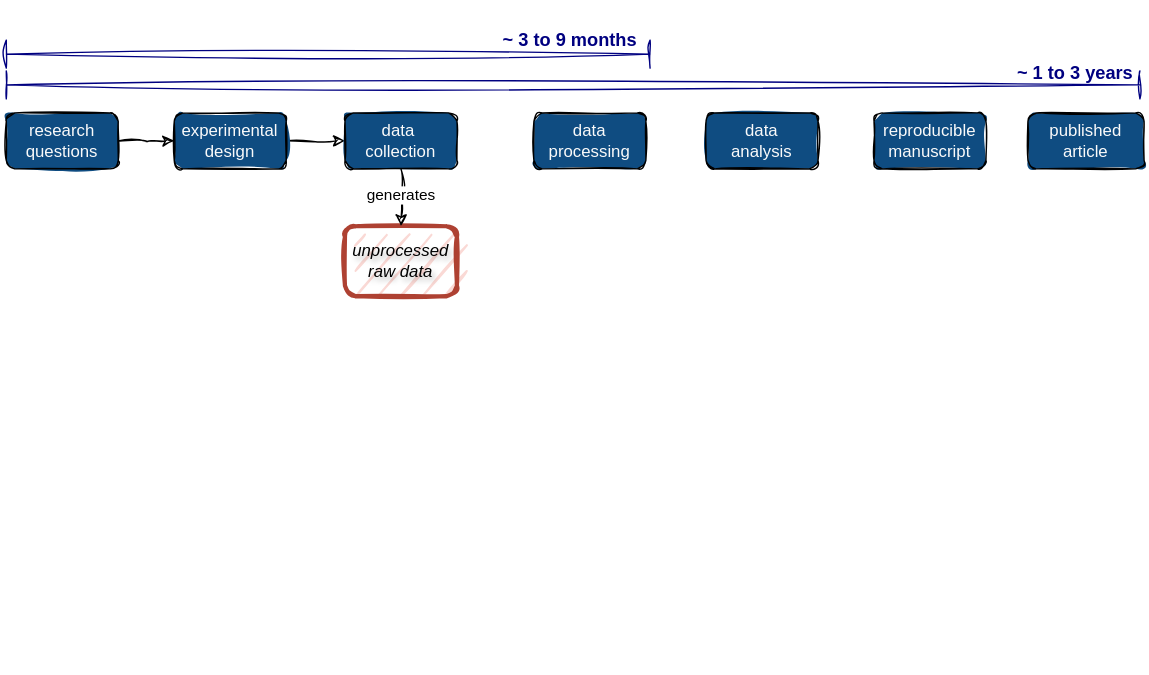
This is slides/img/eth-kolloquium/ghe-rdm-workflow-03.drawio.svg from Global-Health-Engineering/website, a draw.io export, as it was before one commit. Source tidied: cells renumbered, new cells last; positions are measured from the earlier drawing's top-left corner, leaving out a move shared by most shapes.
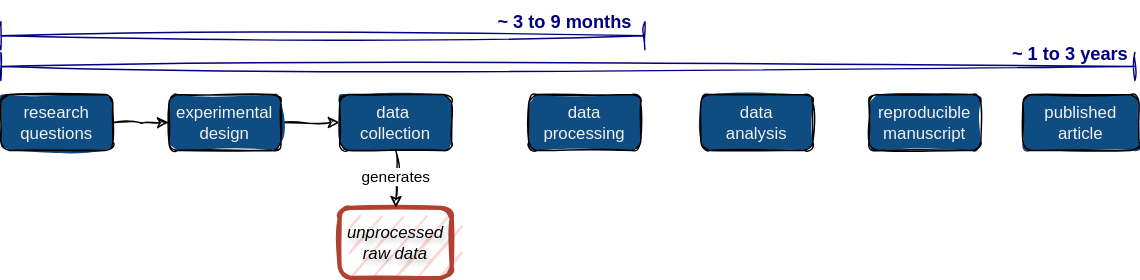
Above is the later version.

Diff of the diagram source:
```diff
@@ -39,28 +39,25 @@
       <mxGeometry x="347" y="13" width="120" height="30" as="geometry" />
     </mxCell>
     <mxCell id="12" value="Step 1 - Publication workflow" parent="0" />
-    <mxCell id="13" style="rounded=0;whiteSpace=wrap;html=1;fillColor=none;strokeColor=#FFFFFF;" parent="12" vertex="1">
-      <mxGeometry width="820" height="480" as="geometry" />
-    </mxCell>
-    <mxCell id="14" value="&lt;span&gt;&lt;span&gt;research questions&lt;/span&gt;&lt;/span&gt;" style="rounded=1;html=1;strokeWidth=1;fontSize=12;fontFamily=Helvetica;fillColor=#0F4C81;sketch=1;labelBackgroundColor=none;fontColor=#FAFAFA;strokeColor=default;fontStyle=0;fillStyle=solid;labelBorderColor=none;spacing=9;align=center;textShadow=0;whiteSpace=wrap;" parent="12" vertex="1">
+    <mxCell id="14" value="&lt;span&gt;&lt;span&gt;research questions&lt;/span&gt;&lt;/span&gt;" style="rounded=1;whiteSpace=wrap;html=1;strokeWidth=1;fontSize=12;fontFamily=Helvetica;fillColor=#0F4C81;sketch=1;labelBackgroundColor=none;fontColor=#F2F2F2;strokeColor=default;fontStyle=0;fillStyle=solid;" parent="12" vertex="1">
       <mxGeometry x="4" y="80" width="80" height="40" as="geometry" />
     </mxCell>
-    <mxCell id="15" value="&lt;div&gt;&lt;span&gt;&lt;span&gt;experimental&lt;/span&gt;&lt;/span&gt;&lt;/div&gt;&lt;div&gt;&lt;span&gt;&lt;span&gt;design&lt;br&gt;&lt;/span&gt;&lt;/span&gt;&lt;/div&gt;" style="rounded=1;html=1;strokeWidth=1;fontSize=12;fontFamily=Helvetica;fillColor=#0F4C81;sketch=1;labelBackgroundColor=none;fontColor=#FAFAFA;strokeColor=default;fontStyle=0;fillStyle=solid;labelBorderColor=none;spacing=9;align=center;textShadow=0;whiteSpace=wrap;" parent="12" vertex="1">
+    <mxCell id="15" value="&lt;div&gt;&lt;span&gt;&lt;span&gt;experimental&lt;/span&gt;&lt;/span&gt;&lt;/div&gt;&lt;div&gt;&lt;span&gt;&lt;span&gt;design&lt;br&gt;&lt;/span&gt;&lt;/span&gt;&lt;/div&gt;" style="rounded=1;whiteSpace=wrap;html=1;strokeWidth=1;fontSize=12;fontFamily=Helvetica;fillColor=#0F4C81;sketch=1;labelBackgroundColor=none;fontColor=#F2F2F2;strokeColor=default;fontStyle=0;fillStyle=solid;" parent="12" vertex="1">
       <mxGeometry x="124" y="80" width="80" height="40" as="geometry" />
     </mxCell>
-    <mxCell id="16" value="&lt;div&gt;&lt;span&gt;&lt;span&gt;data&lt;br&gt;&lt;/span&gt;&lt;/span&gt;&lt;/div&gt;&lt;div&gt;&lt;span&gt;&lt;span&gt;analysis&lt;/span&gt;&lt;/span&gt;&lt;/div&gt;" style="rounded=1;html=1;strokeWidth=1;fontSize=12;fontFamily=Helvetica;fillColor=#0F4C81;sketch=1;labelBackgroundColor=none;fontColor=#FAFAFA;strokeColor=default;fontStyle=0;fillStyle=solid;labelBorderColor=none;spacing=9;align=center;textShadow=0;whiteSpace=wrap;" parent="12" vertex="1">
+    <mxCell id="16" value="&lt;div&gt;&lt;span&gt;&lt;span&gt;data&lt;br&gt;&lt;/span&gt;&lt;/span&gt;&lt;/div&gt;&lt;div&gt;&lt;span&gt;&lt;span&gt;analysis&lt;/span&gt;&lt;/span&gt;&lt;/div&gt;" style="rounded=1;whiteSpace=wrap;html=1;strokeWidth=1;fontSize=12;fontFamily=Helvetica;fillColor=#0F4C81;sketch=1;labelBackgroundColor=none;fontColor=#F2F2F2;strokeColor=default;fontStyle=0;fillStyle=solid;" parent="12" vertex="1">
       <mxGeometry x="504" y="80" width="80" height="40" as="geometry" />
     </mxCell>
-    <mxCell id="17" value="&lt;div&gt;reproducible&lt;br&gt;&lt;/div&gt;&lt;div&gt;manuscript&lt;/div&gt;" style="rounded=1;html=1;strokeWidth=1;fontSize=12;fontFamily=Helvetica;fillColor=#0F4C81;sketch=1;labelBackgroundColor=none;fontColor=#FAFAFA;strokeColor=default;fontStyle=0;fillStyle=solid;labelBorderColor=none;spacing=9;align=center;textShadow=0;whiteSpace=wrap;" parent="12" vertex="1">
+    <mxCell id="17" value="&lt;div&gt;reproducible&lt;br&gt;&lt;/div&gt;&lt;div&gt;manuscript&lt;/div&gt;" style="rounded=1;whiteSpace=wrap;html=1;strokeWidth=1;fontSize=12;fontFamily=Helvetica;fillColor=#0F4C81;sketch=1;labelBackgroundColor=none;fontColor=#F2F2F2;strokeColor=default;fontStyle=0;fillStyle=solid;" parent="12" vertex="1">
       <mxGeometry x="624" y="80" width="80" height="40" as="geometry" />
     </mxCell>
-    <mxCell id="18" value="&lt;span&gt;&lt;span&gt;published&lt;/span&gt;&lt;/span&gt;&lt;br&gt;&lt;div&gt;&lt;span&gt;&lt;span&gt;article&lt;/span&gt;&lt;/span&gt;&lt;/div&gt;" style="rounded=1;html=1;strokeWidth=1;fontSize=12;fontFamily=Helvetica;fillColor=#0F4C81;sketch=1;labelBackgroundColor=none;fontColor=#FAFAFA;strokeColor=default;fontStyle=0;fillStyle=solid;labelBorderColor=none;spacing=9;align=center;textShadow=0;whiteSpace=wrap;" parent="12" vertex="1">
+    <mxCell id="18" value="&lt;span&gt;&lt;span&gt;published&lt;/span&gt;&lt;/span&gt;&lt;br&gt;&lt;div&gt;&lt;span&gt;&lt;span&gt;article&lt;/span&gt;&lt;/span&gt;&lt;/div&gt;" style="rounded=1;whiteSpace=wrap;html=1;strokeWidth=1;fontSize=12;fontFamily=Helvetica;fillColor=#0F4C81;sketch=1;labelBackgroundColor=none;fontColor=#F2F2F2;strokeColor=default;fontStyle=0;fillStyle=solid;" parent="12" vertex="1">
       <mxGeometry x="734" y="80" width="83" height="40" as="geometry" />
     </mxCell>
-    <mxCell id="19" value="&lt;div&gt;&lt;span&gt;&lt;span&gt;data&amp;nbsp;&lt;/span&gt;&lt;/span&gt;&lt;/div&gt;&lt;div&gt;&lt;span&gt;&lt;span&gt;collection&lt;/span&gt;&lt;/span&gt;&lt;/div&gt;&lt;div&gt;&lt;span&gt;&lt;span&gt;&lt;/span&gt;&lt;/span&gt;&lt;/div&gt;" style="rounded=1;html=1;strokeWidth=1;fontSize=12;fontFamily=Helvetica;fillColor=#0F4C81;sketch=1;labelBackgroundColor=none;fontColor=#FAFAFA;strokeColor=default;fontStyle=0;fillStyle=solid;labelBorderColor=none;spacing=9;align=center;textShadow=0;whiteSpace=wrap;" parent="12" vertex="1">
+    <mxCell id="19" value="&lt;div&gt;&lt;span&gt;&lt;span&gt;data&amp;nbsp;&lt;/span&gt;&lt;/span&gt;&lt;/div&gt;&lt;div&gt;&lt;span&gt;&lt;span&gt;collection&lt;/span&gt;&lt;/span&gt;&lt;/div&gt;&lt;div&gt;&lt;span&gt;&lt;span&gt;&lt;/span&gt;&lt;/span&gt;&lt;/div&gt;" style="rounded=1;whiteSpace=wrap;html=1;strokeWidth=1;fontSize=12;fontFamily=Helvetica;fillColor=#0F4C81;sketch=1;labelBackgroundColor=none;fontColor=#F2F2F2;strokeColor=default;fontStyle=0;fillStyle=solid;" parent="12" vertex="1">
       <mxGeometry x="246" y="80" width="80" height="40" as="geometry" />
     </mxCell>
-    <mxCell id="20" value="&lt;div&gt;&lt;span&gt;&lt;span&gt;data&lt;/span&gt;&lt;/span&gt;&lt;/div&gt;&lt;div&gt;&lt;span&gt;&lt;span&gt;processing&lt;br&gt;&lt;/span&gt;&lt;/span&gt;&lt;/div&gt;" style="rounded=1;html=1;strokeWidth=1;fontSize=12;fontFamily=Helvetica;fillColor=#0F4C81;sketch=1;labelBackgroundColor=none;fontColor=#FAFAFA;strokeColor=default;fontStyle=0;fillStyle=solid;labelBorderColor=none;spacing=9;align=center;textShadow=0;whiteSpace=wrap;" parent="12" vertex="1">
+    <mxCell id="20" value="&lt;div&gt;&lt;span&gt;&lt;span&gt;data&lt;/span&gt;&lt;/span&gt;&lt;/div&gt;&lt;div&gt;&lt;span&gt;&lt;span&gt;processing&lt;br&gt;&lt;/span&gt;&lt;/span&gt;&lt;/div&gt;" style="rounded=1;whiteSpace=wrap;html=1;strokeWidth=1;fontSize=12;fontFamily=Helvetica;fillColor=#0F4C81;sketch=1;labelBackgroundColor=none;fontColor=#F2F2F2;strokeColor=default;fontStyle=0;fillStyle=solid;" parent="12" vertex="1">
       <mxGeometry x="381" y="80" width="80" height="40" as="geometry" />
     </mxCell>
   </root>
```
